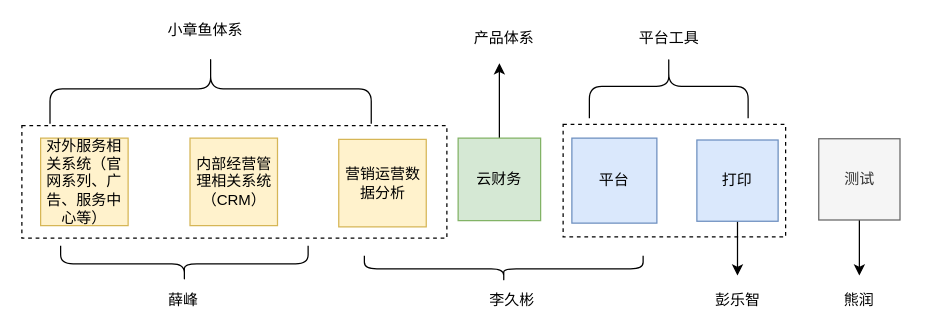
Earlier version of the draw.io diagram page "Page-3" (3 of 3) of 部门结构.drawio (mashifei/uml). Source tidied: cells renumbered, new cells numbered last; positions are measured from the earlier drawing's top-left corner, leaving out a move shared by most shapes. Both pictures are drawn from the tidied source at 125%, with x=0, y=0 at pixel (21, -72).
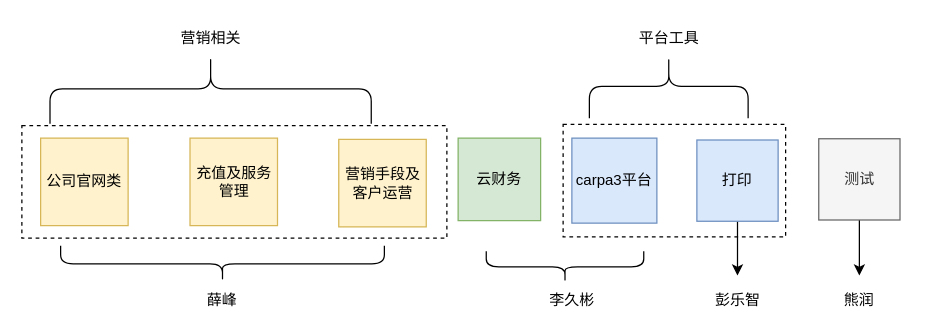
After the change.

Unchanged cells that the change refers to:
```xml
<mxCell id="7" value="云财务" style="whiteSpace=wrap;html=1;fillColor=#d5e8d4;strokeColor=#82b366;" parent="1" vertex="1">
  <mxGeometry x="349" y="168" width="66" height="66" as="geometry" />
</mxCell>
```

The edit, as a diff of the source:
```diff
@@
-    <mxCell id="4" value="平台" style="whiteSpace=wrap;html=1;fillColor=#dae8fc;strokeColor=#6c8ebf;" parent="1" vertex="1">
+    <mxCell id="4" value="carpa3平台" style="whiteSpace=wrap;html=1;fillColor=#dae8fc;strokeColor=#6c8ebf;" parent="1" vertex="1">
       <mxGeometry x="440" y="168" width="68" height="68" as="geometry" />
     </mxCell>
-    <mxCell id="5" value="对外服务相关系统（官网系列、广告、服务中心等）" style="whiteSpace=wrap;html=1;fillColor=#fff2cc;strokeColor=#d6b656;" parent="1" vertex="1">
+    <mxCell id="5" value="公司官网类" style="whiteSpace=wrap;html=1;fillColor=#fff2cc;strokeColor=#d6b656;" parent="1" vertex="1">
       <mxGeometry x="15" y="168" width="70" height="70" as="geometry" />
     </mxCell>
-    <mxCell id="6" style="edgeStyle=orthogonalEdgeStyle;rounded=0;jettySize=auto;html=1;" parent="1" edge="1" source="7">
-      <mxGeometry relative="1" as="geometry">
-        <mxPoint x="382" y="108" as="targetPoint" />
-      </mxGeometry>
-    </mxCell>
@@
-    <mxCell id="8" value="营销运营数据分析" style="whiteSpace=wrap;html=1;fillColor=#fff2cc;strokeColor=#d6b656;" parent="1" vertex="1">
+    <mxCell id="8" value="营销手段及客户运营" style="whiteSpace=wrap;html=1;fillColor=#fff2cc;strokeColor=#d6b656;" parent="1" vertex="1">
       <mxGeometry x="253.5" y="169" width="70" height="70" as="geometry" />
     </mxCell>
@@
-    <mxCell id="11" value="内部经营管理相关系统（CRM）" style="whiteSpace=wrap;html=1;fillColor=#fff2cc;strokeColor=#d6b656;" parent="1" vertex="1">
+    <mxCell id="11" value="充值及服务管理" style="whiteSpace=wrap;html=1;fillColor=#fff2cc;strokeColor=#d6b656;" parent="1" vertex="1">
       <mxGeometry x="134.5" y="168" width="70" height="70" as="geometry" />
     </mxCell>
     <mxCell id="12" style="shape=curlyBracket;whiteSpace=wrap;html=1;rounded=1;rotation=-90;" parent="1" vertex="1">
-      <mxGeometry x="115.5" y="169.5" width="29" height="198" as="geometry" />
+      <mxGeometry x="146" y="139" width="29" height="259" as="geometry" />
     </mxCell>
     <mxCell id="13" style="shape=curlyBracket;whiteSpace=wrap;html=1;rounded=1;rotation=-90;" parent="1" vertex="1">
-      <mxGeometry x="375" y="161" width="21" height="223" as="geometry" />
+      <mxGeometry x="422" y="208" width="25" height="126" as="geometry" />
     </mxCell>
@@
     <mxCell id="16" value="薛峰&lt;br&gt;" style="text;html=1;strokeColor=none;fillColor=none;align=center;verticalAlign=middle;whiteSpace=wrap;rounded=0;" parent="1" vertex="1">
-      <mxGeometry x="88.5" y="288" width="81" height="20" as="geometry" />
+      <mxGeometry x="120" y="288" width="81" height="20" as="geometry" />
     </mxCell>
     <mxCell id="17" value="李久彬&lt;br&gt;" style="text;html=1;strokeColor=none;fillColor=none;align=center;verticalAlign=middle;whiteSpace=wrap;rounded=0;" parent="1" vertex="1">
-      <mxGeometry x="355" y="288" width="75" height="20" as="geometry" />
+      <mxGeometry x="402.5" y="288" width="75" height="20" as="geometry" />
     </mxCell>
-    <mxCell id="18" value="小章鱼体系" style="text;html=1;strokeColor=none;fillColor=none;align=center;verticalAlign=middle;whiteSpace=wrap;rounded=0;" parent="1" vertex="1">
-      <mxGeometry x="104" y="76" width="86" height="12" as="geometry" />
-    </mxCell>
@@
-    <mxCell id="20" value="产品体系" style="text;html=1;strokeColor=none;fillColor=none;align=center;verticalAlign=middle;whiteSpace=wrap;rounded=0;" parent="1" vertex="1">
-      <mxGeometry x="356.5" y="78" width="58" height="20" as="geometry" />
-    </mxCell>
@@
+    <mxCell id="25" value="营销相关" style="text;html=1;strokeColor=none;fillColor=none;align=center;verticalAlign=middle;whiteSpace=wrap;rounded=0;" parent="1" vertex="1">
+      <mxGeometry x="110.5" y="78" width="81" height="20" as="geometry" />
+    </mxCell>
```
